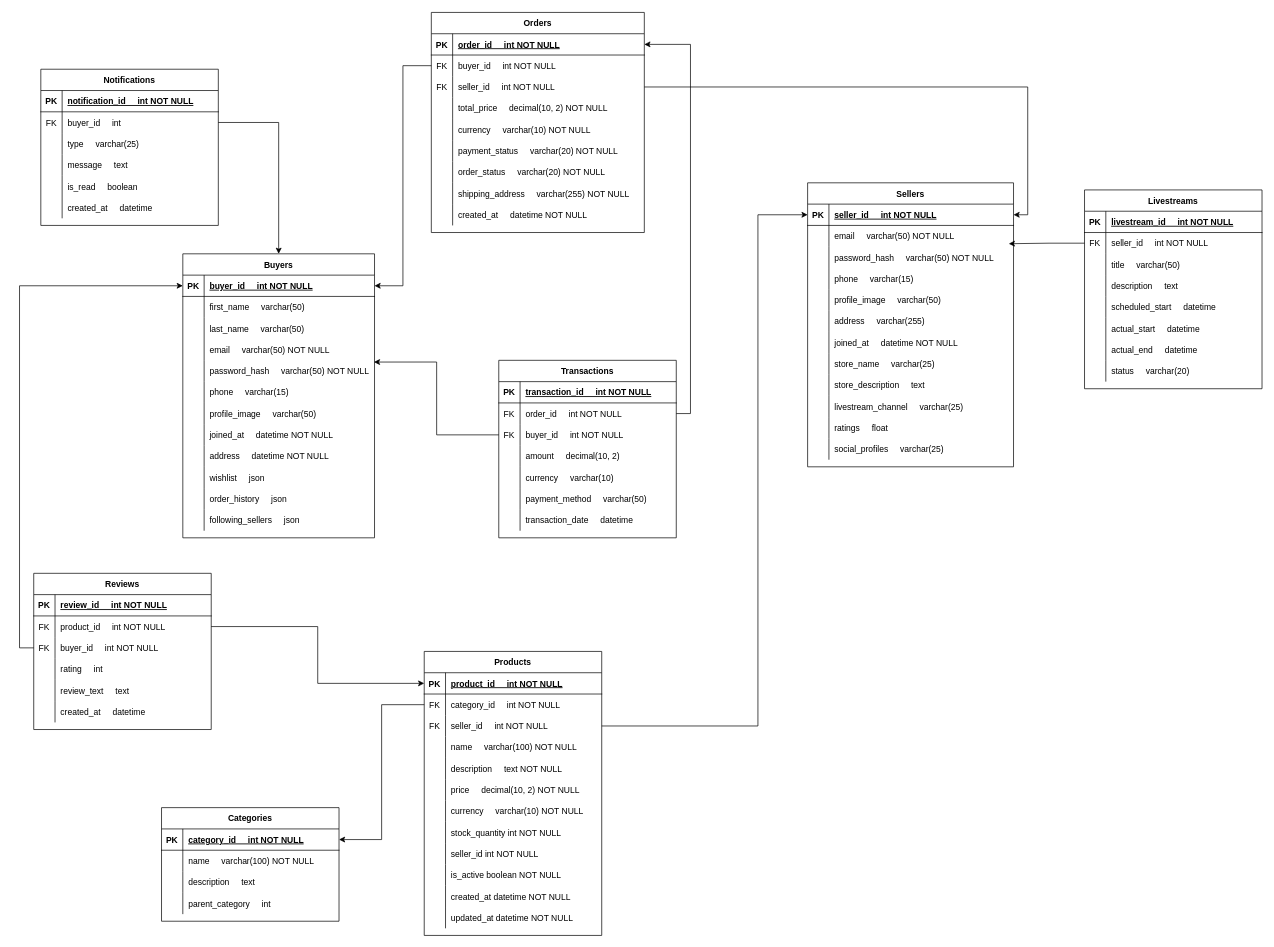
This is backend/resources/ERD.drawio from Tuanne2108/Thesis, a draw.io file, before an edit. Source tidied: cells renumbered, new cells numbered last; positions are measured from the earlier drawing's top-left corner, leaving out a move shared by most shapes. Both pictures are drawn from the tidied source at 71%, with x=0, y=0 at pixel (33, 12).
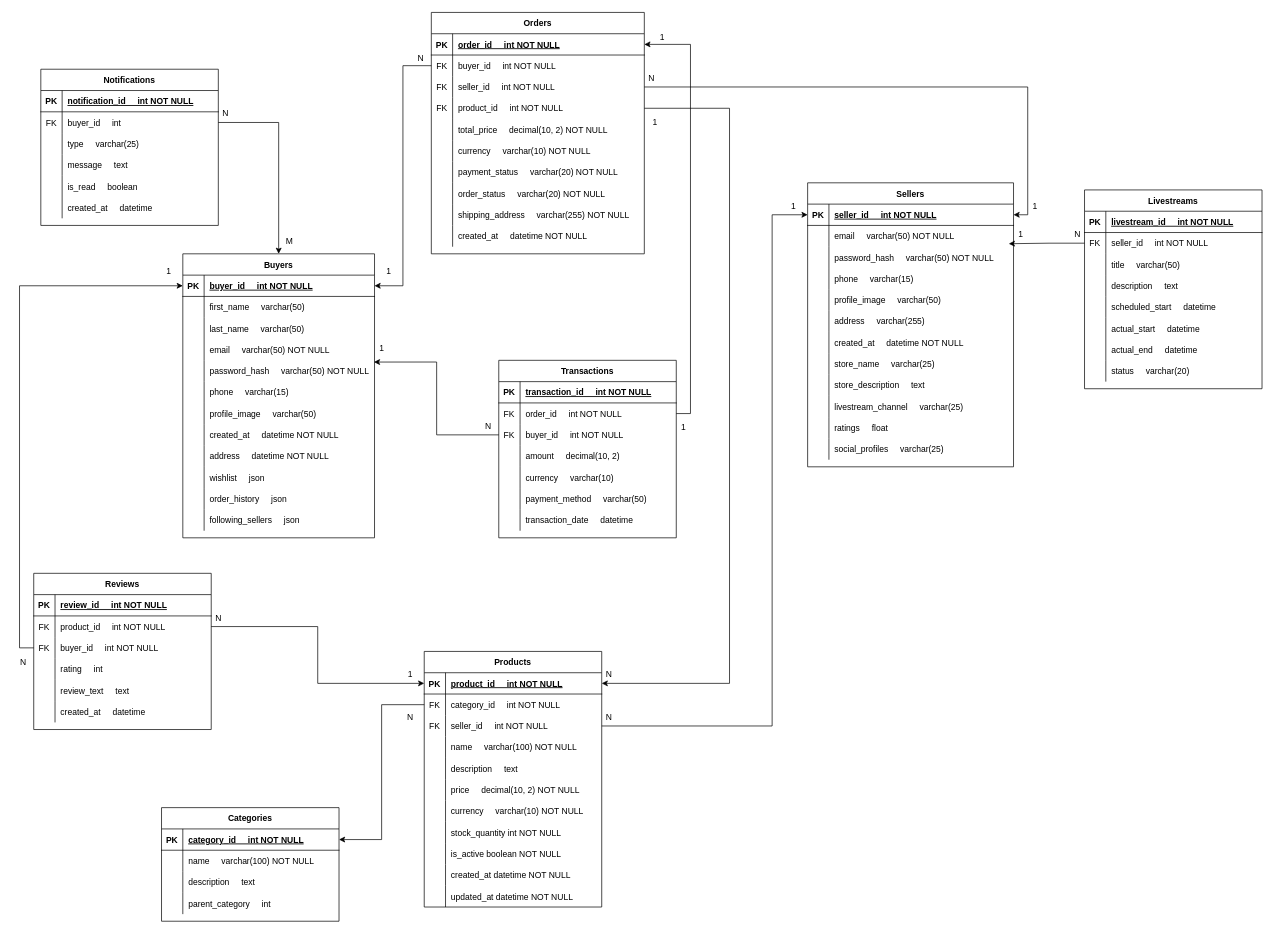
The same diagram, later.

Unchanged cells that the change refers to:
```xml
<mxCell id="52" style="shape=partialRectangle;fillColor=none;top=0;left=0;right=0;bottom=0;" parent="30" vertex="1">
  <mxGeometry y="240" width="270" height="30" as="geometry" />
</mxCell>
<mxCell id="100" style="shape=partialRectangle;fillColor=none;points=[[0,0.5],[1,0.5]];portConstraint=eastwest;top=0;left=0;right=0;bottom=1;" parent="99" vertex="1">
  <mxGeometry y="30" width="250" height="30" as="geometry" />
</mxCell>
<mxCell id="106" style="shape=partialRectangle;fillColor=none;points=[[0,0.5],[1,0.5]];portConstraint=eastwest;top=0;left=0;right=0;bottom=0;" parent="99" vertex="1">
  <mxGeometry y="90" width="250" height="30" as="geometry" />
</mxCell>
<mxCell id="112" style="shape=partialRectangle;fillColor=none;top=0;left=0;right=0;bottom=0;" parent="99" vertex="1">
  <mxGeometry y="150" width="250" height="30" as="geometry" />
</mxCell>
<mxCell id="203" style="shape=partialRectangle;fillColor=none;points=[[0,0.5],[1,0.5]];portConstraint=eastwest;top=0;left=0;right=0;bottom=1;" parent="202" vertex="1">
  <mxGeometry y="30" width="290" height="30" as="geometry" />
</mxCell>
<mxCell id="221" style="shape=partialRectangle;fillColor=none;top=0;left=0;right=0;bottom=0;" parent="202" vertex="1">
  <mxGeometry y="210" width="290" height="30" as="geometry" />
</mxCell>
```

The edit, as a diff of the source:
```diff
@@
     <mxCell id="2" value="Orders" style="shape=table;startSize=30;childLayout=tableLayout;rowLines=0;fontStyle=1;align=center;" parent="1" vertex="1">
-      <mxGeometry x="560" width="300" height="310" as="geometry" />
+      <mxGeometry x="560" width="300" height="340" as="geometry" />
     </mxCell>
@@
+    <mxCell id="249" style="shape=partialRectangle;fillColor=none;points=[[0,0.5],[1,0.5]];portConstraint=eastwest;top=0;left=0;right=0;bottom=0;" parent="2" vertex="1">
+      <mxGeometry y="120" width="300" height="30" as="geometry" />
+    </mxCell>
+    <mxCell id="250" value="FK" style="shape=partialRectangle;overflow=hidden;fillColor=none;top=0;left=0;bottom=0;right=0;" parent="249" vertex="1">
+      <mxGeometry width="30" height="30" as="geometry" />
+    </mxCell>
+    <mxCell id="251" value="product_id     int NOT NULL" style="shape=partialRectangle;overflow=hidden;fillColor=none;top=0;left=0;bottom=0;right=0;align=left;spacingLeft=6;" parent="249" vertex="1">
+      <mxGeometry x="30" width="270" height="30" as="geometry" />
+    </mxCell>
     <mxCell id="12" style="shape=partialRectangle;fillColor=none;top=0;left=0;right=0;bottom=0;" parent="2" vertex="1">
-      <mxGeometry y="120" width="300" height="30" as="geometry" />
+      <mxGeometry y="150" width="300" height="30" as="geometry" />
     </mxCell>
@@
     <mxCell id="15" style="shape=partialRectangle;fillColor=none;top=0;left=0;right=0;bottom=0;" parent="2" vertex="1">
-      <mxGeometry y="150" width="300" height="30" as="geometry" />
+      <mxGeometry y="180" width="300" height="30" as="geometry" />
     </mxCell>
@@
     <mxCell id="18" style="shape=partialRectangle;fillColor=none;top=0;left=0;right=0;bottom=0;" parent="2" vertex="1">
-      <mxGeometry y="180" width="300" height="30" as="geometry" />
+      <mxGeometry y="210" width="300" height="30" as="geometry" />
     </mxCell>
@@
     <mxCell id="21" style="shape=partialRectangle;fillColor=none;top=0;left=0;right=0;bottom=0;" parent="2" vertex="1">
-      <mxGeometry y="210" width="300" height="30" as="geometry" />
+      <mxGeometry y="240" width="300" height="30" as="geometry" />
     </mxCell>
@@
     <mxCell id="24" style="shape=partialRectangle;fillColor=none;top=0;left=0;right=0;bottom=0;" parent="2" vertex="1">
-      <mxGeometry y="240" width="300" height="30" as="geometry" />
+      <mxGeometry y="270" width="300" height="30" as="geometry" />
     </mxCell>
@@
     <mxCell id="27" style="shape=partialRectangle;fillColor=none;top=0;left=0;right=0;bottom=0;" parent="2" vertex="1">
-      <mxGeometry y="270" width="300" height="30" as="geometry" />
+      <mxGeometry y="300" width="300" height="30" as="geometry" />
     </mxCell>
@@
-    <mxCell id="54" value="joined_at     datetime NOT NULL" style="shape=partialRectangle;overflow=hidden;fillColor=none;top=0;left=0;bottom=0;right=0;align=left;spacingLeft=6;" parent="52" vertex="1">
+    <mxCell id="54" value="created_at     datetime NOT NULL" style="shape=partialRectangle;overflow=hidden;fillColor=none;top=0;left=0;bottom=0;right=0;align=left;spacingLeft=6;" parent="52" vertex="1">
       <mxGeometry x="30" width="240" height="30" as="geometry" />
     </mxCell>
@@
     <mxCell id="99" value="Products" style="shape=table;startSize=30;childLayout=tableLayout;rowLines=0;fontStyle=1;align=center;" parent="1" vertex="1">
-      <mxGeometry x="550" y="900" width="250" height="400" as="geometry" />
+      <mxGeometry x="550" y="900" width="250" height="360" as="geometry" />
     </mxCell>
@@
-    <mxCell id="114" value="description     text NOT NULL" style="shape=partialRectangle;overflow=hidden;fillColor=none;top=0;left=0;bottom=0;right=0;align=left;spacingLeft=6;" parent="112" vertex="1">
+    <mxCell id="114" value="description     text" style="shape=partialRectangle;overflow=hidden;fillColor=none;top=0;left=0;bottom=0;right=0;align=left;spacingLeft=6;" parent="112" vertex="1">
       <mxGeometry x="30" width="220" height="30" as="geometry" />
     </mxCell>
@@
-    <mxCell id="124" style="shape=partialRectangle;fillColor=none;top=0;left=0;right=0;bottom=0;" parent="99" vertex="1">
-      <mxGeometry y="270" width="250" height="30" as="geometry" />
-    </mxCell>
-    <mxCell id="125" style="shape=partialRectangle;overflow=hidden;fillColor=none;top=0;left=0;bottom=0;right=0;" parent="124" vertex="1">
-      <mxGeometry width="30" height="30" as="geometry" />
-    </mxCell>
-    <mxCell id="126" value="seller_id int NOT NULL" style="shape=partialRectangle;overflow=hidden;fillColor=none;top=0;left=0;bottom=0;right=0;align=left;spacingLeft=6;" parent="124" vertex="1">
-      <mxGeometry x="30" width="220" height="30" as="geometry" />
-    </mxCell>
     <mxCell id="127" style="shape=partialRectangle;fillColor=none;top=0;left=0;right=0;bottom=0;" parent="99" vertex="1">
-      <mxGeometry y="300" width="250" height="30" as="geometry" />
+      <mxGeometry y="270" width="250" height="30" as="geometry" />
     </mxCell>
@@
     <mxCell id="130" style="shape=partialRectangle;fillColor=none;top=0;left=0;right=0;bottom=0;" parent="99" vertex="1">
-      <mxGeometry y="330" width="250" height="30" as="geometry" />
+      <mxGeometry y="300" width="250" height="30" as="geometry" />
     </mxCell>
@@
     <mxCell id="133" style="shape=partialRectangle;fillColor=none;top=0;left=0;right=0;bottom=0;" parent="99" vertex="1">
-      <mxGeometry y="360" width="250" height="30" as="geometry" />
+      <mxGeometry y="330" width="250" height="30" as="geometry" />
     </mxCell>
@@
-    <mxCell id="223" value="joined_at     datetime NOT NULL" style="shape=partialRectangle;overflow=hidden;fillColor=none;top=0;left=0;bottom=0;right=0;align=left;spacingLeft=6;" parent="221" vertex="1">
+    <mxCell id="223" value="created_at     datetime NOT NULL" style="shape=partialRectangle;overflow=hidden;fillColor=none;top=0;left=0;bottom=0;right=0;align=left;spacingLeft=6;" parent="221" vertex="1">
       <mxGeometry x="30" width="260" height="30" as="geometry" />
     </mxCell>
@@
     <mxCell id="248" style="edgeStyle=orthogonalEdgeStyle;rounded=0;jettySize=auto;html=1;exitX=1;exitY=0.5;exitDx=0;exitDy=0;entryX=0;entryY=0.5;entryDx=0;entryDy=0;" parent="1" edge="1" source="106" target="203">
       <mxGeometry relative="1" as="geometry">
         <Array as="points">
-          <mxPoint x="1020" y="1005" />
-          <mxPoint x="1020" y="285" />
+          <mxPoint x="1040" y="1005" />
+          <mxPoint x="1040" y="285" />
         </Array>
       </mxGeometry>
     </mxCell>
+    <mxCell id="252" value="1" style="text;html=1;align=center;verticalAlign=middle;strokeColor=none;fillColor=none;" parent="1" vertex="1">
+      <mxGeometry x="1055" y="258" width="30" height="30" as="geometry" />
+    </mxCell>
+    <mxCell id="253" value="N" style="text;html=1;align=center;verticalAlign=middle;strokeColor=none;fillColor=none;" parent="1" vertex="1">
+      <mxGeometry x="795" y="978" width="30" height="30" as="geometry" />
+    </mxCell>
+    <mxCell id="254" value="N" style="text;html=1;align=center;verticalAlign=middle;strokeColor=none;fillColor=none;" parent="1" vertex="1">
+      <mxGeometry x="515" y="978" width="30" height="30" as="geometry" />
+    </mxCell>
+    <mxCell id="255" value="1" style="text;html=1;align=center;verticalAlign=middle;strokeColor=none;fillColor=none;" parent="1" vertex="1">
+      <mxGeometry x="485" y="350" width="30" height="30" as="geometry" />
+    </mxCell>
+    <mxCell id="256" value="N" style="text;html=1;align=center;verticalAlign=middle;strokeColor=none;fillColor=none;" parent="1" vertex="1">
+      <mxGeometry x="530" y="50" width="30" height="30" as="geometry" />
+    </mxCell>
+    <mxCell id="257" value="N" style="text;html=1;align=center;verticalAlign=middle;strokeColor=none;fillColor=none;" parent="1" vertex="1">
+      <mxGeometry x="795" y="918" width="30" height="30" as="geometry" />
+    </mxCell>
+    <mxCell id="258" value="1" style="text;html=1;align=center;verticalAlign=middle;strokeColor=none;fillColor=none;" parent="1" vertex="1">
+      <mxGeometry x="860" y="140" width="30" height="30" as="geometry" />
+    </mxCell>
+    <mxCell id="259" value="1" style="text;html=1;align=center;verticalAlign=middle;strokeColor=none;fillColor=none;" parent="1" vertex="1">
+      <mxGeometry x="1395" y="258" width="30" height="30" as="geometry" />
+    </mxCell>
+    <mxCell id="260" value="N" style="text;html=1;align=center;verticalAlign=middle;strokeColor=none;fillColor=none;" parent="1" vertex="1">
+      <mxGeometry x="855" y="78" width="30" height="30" as="geometry" />
+    </mxCell>
+    <mxCell id="261" style="edgeStyle=orthogonalEdgeStyle;rounded=0;jettySize=auto;html=1;exitX=1;exitY=0.5;exitDx=0;exitDy=0;entryX=1;entryY=0.5;entryDx=0;entryDy=0;" parent="1" edge="1" source="249" target="100">
+      <mxGeometry relative="1" as="geometry">
+        <Array as="points">
+          <mxPoint x="980" y="135" />
+          <mxPoint x="980" y="945" />
+        </Array>
+      </mxGeometry>
+    </mxCell>
+    <mxCell id="262" value="1" style="text;html=1;align=center;verticalAlign=middle;strokeColor=none;fillColor=none;" parent="1" vertex="1">
+      <mxGeometry x="175" y="350" width="30" height="30" as="geometry" />
+    </mxCell>
+    <mxCell id="263" value="N" style="text;html=1;align=center;verticalAlign=middle;strokeColor=none;fillColor=none;" parent="1" vertex="1">
+      <mxGeometry x="-30" y="900" width="30" height="30" as="geometry" />
+    </mxCell>
+    <mxCell id="264" value="N" style="text;html=1;align=center;verticalAlign=middle;strokeColor=none;fillColor=none;" parent="1" vertex="1">
+      <mxGeometry x="245" y="838" width="30" height="30" as="geometry" />
+    </mxCell>
+    <mxCell id="265" value="1" style="text;html=1;align=center;verticalAlign=middle;strokeColor=none;fillColor=none;" parent="1" vertex="1">
+      <mxGeometry x="515" y="918" width="30" height="30" as="geometry" />
+    </mxCell>
+    <mxCell id="266" value="N" style="text;html=1;align=center;verticalAlign=middle;strokeColor=none;fillColor=none;" parent="1" vertex="1">
+      <mxGeometry x="1455" y="298" width="30" height="30" as="geometry" />
+    </mxCell>
+    <mxCell id="267" value="1" style="text;html=1;align=center;verticalAlign=middle;strokeColor=none;fillColor=none;" parent="1" vertex="1">
+      <mxGeometry x="1375" y="298" width="30" height="30" as="geometry" />
+    </mxCell>
+    <mxCell id="268" value="1" style="text;html=1;align=center;verticalAlign=middle;strokeColor=none;fillColor=none;" parent="1" vertex="1">
+      <mxGeometry x="900" y="570" width="30" height="30" as="geometry" />
+    </mxCell>
+    <mxCell id="269" value="1" style="text;html=1;align=center;verticalAlign=middle;strokeColor=none;fillColor=none;" parent="1" vertex="1">
+      <mxGeometry x="870" y="20" width="30" height="30" as="geometry" />
+    </mxCell>
+    <mxCell id="270" value="1" style="text;html=1;align=center;verticalAlign=middle;strokeColor=none;fillColor=none;" parent="1" vertex="1">
+      <mxGeometry x="475" y="458" width="30" height="30" as="geometry" />
+    </mxCell>
+    <mxCell id="271" value="N" style="text;html=1;align=center;verticalAlign=middle;strokeColor=none;fillColor=none;" parent="1" vertex="1">
+      <mxGeometry x="625" y="568" width="30" height="30" as="geometry" />
+    </mxCell>
+    <mxCell id="272" value="N" style="text;html=1;align=center;verticalAlign=middle;strokeColor=none;fillColor=none;" parent="1" vertex="1">
+      <mxGeometry x="255" y="128" width="30" height="30" as="geometry" />
+    </mxCell>
+    <mxCell id="273" value="M" style="text;html=1;align=center;verticalAlign=middle;strokeColor=none;fillColor=none;" parent="1" vertex="1">
+      <mxGeometry x="345" y="308" width="30" height="30" as="geometry" />
+    </mxCell>
```
